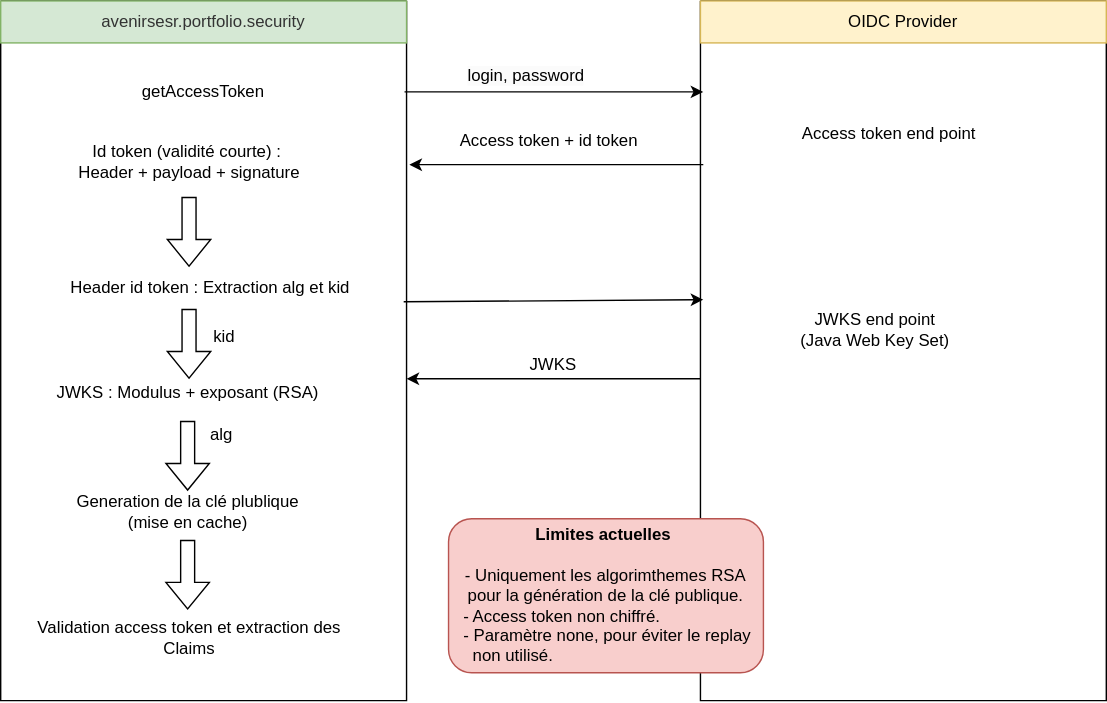
avenirs-esr/dev-doc keeps this draw.io diagram as assets/images/access_token_validation.svg. Above is the earlier version. Source tidied: cells renumbered, new cells last; positions are measured from the earlier drawing's top-left corner, leaving out a move shared by most shapes.
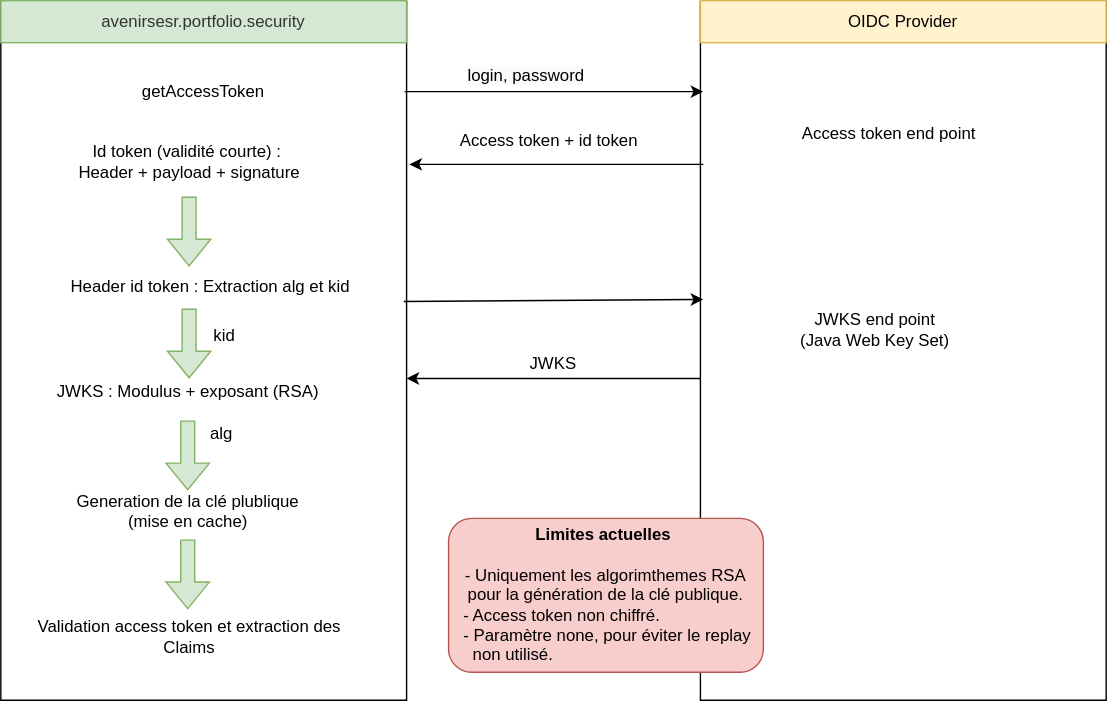
Above is the later version.

Diff of the diagram source:
```diff
@@ -32,7 +32,7 @@
     <mxCell id="11" value="Id token (validité courte) :&amp;nbsp;&lt;br&gt;Header + payload + signature" style="text;html=1;align=center;verticalAlign=middle;whiteSpace=wrap;rounded=0;" parent="8" vertex="1">
       <mxGeometry x="50" y="90" width="170" height="50" as="geometry" />
     </mxCell>
-    <mxCell id="12" style="shape=flexArrow;endArrow=classic;html=1;rounded=0;" parent="8" edge="1">
+    <mxCell id="12" style="shape=flexArrow;endArrow=classic;html=1;rounded=0;fillColor=#d5e8d4;strokeColor=#82b366;" parent="8" edge="1">
       <mxGeometry relative="1" as="geometry">
         <mxPoint x="134.6" y="140" as="sourcePoint" />
         <mxPoint x="134.6" y="190" as="targetPoint" />
@@ -41,7 +41,7 @@
     <mxCell id="13" value="Header id token : Extraction alg et kid" style="text;html=1;align=center;verticalAlign=middle;whiteSpace=wrap;rounded=0;" parent="8" vertex="1">
       <mxGeometry x="30" y="180" width="240" height="50" as="geometry" />
     </mxCell>
-    <mxCell id="14" style="shape=flexArrow;endArrow=classic;html=1;rounded=0;" parent="8" edge="1">
+    <mxCell id="14" style="shape=flexArrow;endArrow=classic;html=1;rounded=0;fillColor=#d5e8d4;strokeColor=#82b366;" parent="8" edge="1">
       <mxGeometry relative="1" as="geometry">
         <mxPoint x="134.6" y="220" as="sourcePoint" />
         <mxPoint x="134.6" y="270" as="targetPoint" />
@@ -53,7 +53,7 @@
     <mxCell id="16" value="JWKS : Modulus + exposant (RSA)" style="text;html=1;align=center;verticalAlign=middle;whiteSpace=wrap;rounded=0;" parent="8" vertex="1">
       <mxGeometry x="14" y="255" width="240" height="50" as="geometry" />
     </mxCell>
-    <mxCell id="17" style="shape=flexArrow;endArrow=classic;html=1;rounded=0;" parent="8" edge="1">
+    <mxCell id="17" style="shape=flexArrow;endArrow=classic;html=1;rounded=0;fillColor=#d5e8d4;strokeColor=#82b366;" parent="8" edge="1">
       <mxGeometry relative="1" as="geometry">
         <mxPoint x="133.6" y="300" as="sourcePoint" />
         <mxPoint x="133.6" y="350" as="targetPoint" />
@@ -65,7 +65,7 @@
     <mxCell id="19" value="Generation de la clé plublique &lt;br&gt;(mise en cache)" style="text;html=1;align=center;verticalAlign=middle;whiteSpace=wrap;rounded=0;" parent="8" vertex="1">
       <mxGeometry x="14" y="340" width="240" height="50" as="geometry" />
     </mxCell>
-    <mxCell id="20" style="shape=flexArrow;endArrow=classic;html=1;rounded=0;" parent="8" edge="1">
+    <mxCell id="20" style="shape=flexArrow;endArrow=classic;html=1;rounded=0;fillColor=#d5e8d4;strokeColor=#82b366;" parent="8" edge="1">
       <mxGeometry relative="1" as="geometry">
         <mxPoint x="133.6" y="385" as="sourcePoint" />
         <mxPoint x="133.6" y="435" as="targetPoint" />
```
